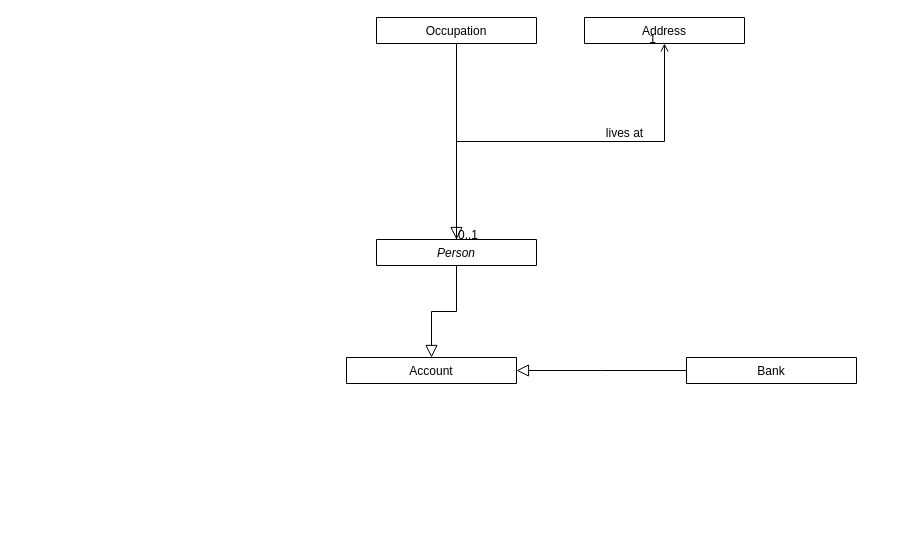
The draw.io diagram Diagrama sem nome.drawio in Leonardo001127/Personal.Bank.Management, before the edit. Source tidied: cells renumbered, new cells numbered last; positions are measured from the earlier drawing's top-left corner, leaving out a move shared by most shapes. Both pictures are drawn from the tidied source at 100%, with x=0, y=0 at pixel (346, 17).
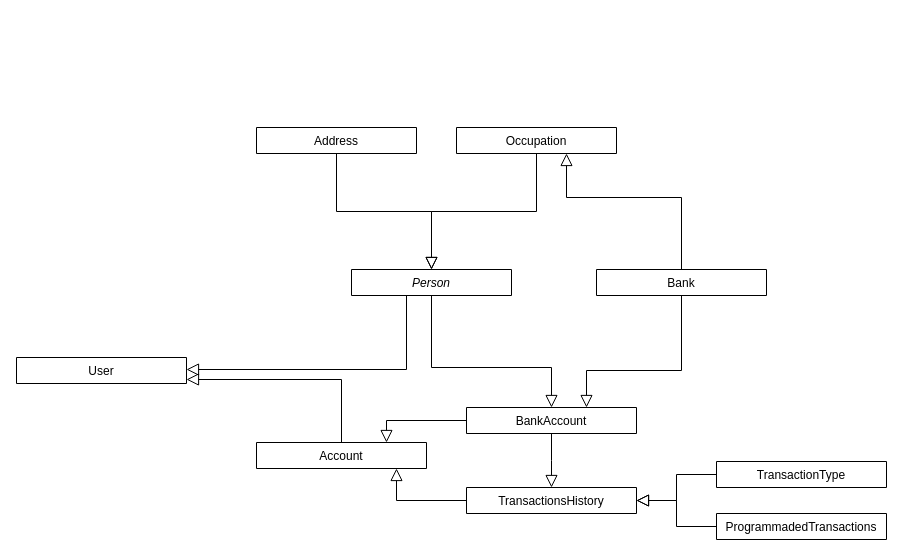
Above is the later version.

Diff of the diagram source:
```diff
@@
     <mxCell id="2" value="Person" style="swimlane;fontStyle=2;align=center;verticalAlign=top;horizontal=1;startSize=26;rounded=0;shadow=0;strokeWidth=1;" parent="1" vertex="1" collapsed="1">
-      <mxGeometry x="30" y="222" width="160" height="26" as="geometry" />
+      <mxGeometry x="5" y="252" width="160" height="26" as="geometry" />
     </mxCell>
     <mxCell id="3" value="Occupation" style="swimlane;fontStyle=0;align=center;verticalAlign=top;horizontal=1;startSize=26;rounded=0;shadow=0;strokeWidth=1;" parent="1" vertex="1" collapsed="1">
-      <mxGeometry x="30" width="160" height="26" as="geometry" />
+      <mxGeometry x="110" y="110" width="160" height="26" as="geometry" />
     </mxCell>
@@
     <mxCell id="5" value="Address" style="swimlane;fontStyle=0;align=center;verticalAlign=top;horizontal=1;startSize=26;rounded=0;shadow=0;strokeWidth=1;" parent="1" vertex="1" collapsed="1">
-      <mxGeometry x="238" width="160" height="26" as="geometry" />
+      <mxGeometry x="-90" y="110" width="160" height="26" as="geometry" />
     </mxCell>
-    <mxCell id="6" style="endArrow=open;shadow=0;strokeWidth=1;rounded=0;curved=0;endFill=1;edgeStyle=elbowEdgeStyle;elbow=vertical;" parent="1" edge="1" source="2" target="5">
-      <mxGeometry x="0.5" y="41" relative="1" as="geometry">
-        <mxPoint x="-40" y="32" as="offset" />
-      </mxGeometry>
-    </mxCell>
-    <mxCell id="7" value="0..1" style="align=left;verticalAlign=bottom;labelBackgroundColor=none;fontSize=12;" parent="6" vertex="1">
-      <mxGeometry x="-1" relative="1" as="geometry">
-        <mxPoint y="4" as="offset" />
-      </mxGeometry>
-    </mxCell>
-    <mxCell id="8" value="1" style="align=right;verticalAlign=bottom;labelBackgroundColor=none;fontSize=12;" parent="6" vertex="1">
-      <mxGeometry x="1" relative="1" as="geometry">
-        <mxPoint x="-7" y="4" as="offset" />
-      </mxGeometry>
-    </mxCell>
-    <mxCell id="9" value="lives at" style="text;html=1;align=center;verticalAlign=middle;labelBackgroundColor=none;rounded=0;shadow=0;strokeWidth=1;fontSize=12;" parent="6" vertex="1">
-      <mxGeometry x="0.5" y="49" relative="1" as="geometry">
-        <mxPoint x="-38" y="40" as="offset" />
-      </mxGeometry>
-    </mxCell>
     <mxCell id="10" value="Bank" style="swimlane;fontStyle=0;align=center;verticalAlign=top;horizontal=1;startSize=26;rounded=0;shadow=0;strokeWidth=1;" parent="1" vertex="1" collapsed="1">
-      <mxGeometry x="340" y="340" width="170" height="26" as="geometry" />
+      <mxGeometry x="250" y="252" width="170" height="26" as="geometry" />
     </mxCell>
-    <mxCell id="11" value="Account" style="swimlane;fontStyle=0;align=center;verticalAlign=top;horizontal=1;startSize=26;rounded=0;shadow=0;strokeWidth=1;" parent="1" vertex="1" collapsed="1">
-      <mxGeometry y="340" width="170" height="26" as="geometry" />
+    <mxCell id="11" value="BankAccount" style="swimlane;fontStyle=0;align=center;verticalAlign=top;horizontal=1;startSize=26;rounded=0;shadow=0;strokeWidth=1;" parent="1" vertex="1" collapsed="1">
+      <mxGeometry x="120" y="390" width="170" height="26" as="geometry" />
     </mxCell>
-    <mxCell id="12" style="endArrow=block;endSize=10;endFill=0;shadow=0;strokeWidth=1;rounded=0;curved=0;edgeStyle=elbowEdgeStyle;elbow=vertical;exitX=0;exitY=0.5;exitDx=0;exitDy=0;" parent="1" edge="1" source="10" target="11">
-      <mxGeometry relative="1" as="geometry" />
+    <mxCell id="12" style="endArrow=block;endSize=10;endFill=0;shadow=0;strokeWidth=1;rounded=0;curved=0;edgeStyle=elbowEdgeStyle;elbow=vertical;" parent="1" edge="1" source="10" target="11">
+      <mxGeometry relative="1" as="geometry">
+        <Array as="points">
+          <mxPoint x="240" y="353" />
+        </Array>
+      </mxGeometry>
     </mxCell>
     <mxCell id="13" style="endArrow=block;endSize=10;endFill=0;shadow=0;strokeWidth=1;rounded=0;curved=0;edgeStyle=elbowEdgeStyle;elbow=vertical;exitX=0.5;exitY=1;exitDx=0;exitDy=0;entryX=0.5;entryY=0;entryDx=0;entryDy=0;" parent="1" edge="1" source="2" target="11">
-      <mxGeometry relative="1" as="geometry" />
+      <mxGeometry relative="1" as="geometry">
+        <Array as="points">
+          <mxPoint x="150" y="350" />
+        </Array>
+      </mxGeometry>
     </mxCell>
+    <mxCell id="14" value="TransactionsHistory" style="swimlane;fontStyle=0;align=center;verticalAlign=top;horizontal=1;startSize=26;rounded=0;shadow=0;strokeWidth=1;" parent="1" vertex="1" collapsed="1">
+      <mxGeometry x="120" y="470" width="170" height="26" as="geometry" />
+    </mxCell>
+    <mxCell id="15" style="endArrow=block;endSize=10;endFill=0;shadow=0;strokeWidth=1;rounded=0;curved=0;edgeStyle=elbowEdgeStyle;elbow=vertical;entryX=0.5;entryY=0;entryDx=0;entryDy=0;exitX=0.5;exitY=1;exitDx=0;exitDy=0;" parent="1" edge="1" source="11" target="14">
+      <mxGeometry relative="1" as="geometry" />
+    </mxCell>
+    <mxCell id="16" value="TransactionType" style="swimlane;fontStyle=0;align=center;verticalAlign=top;horizontal=1;startSize=26;rounded=0;shadow=0;strokeWidth=1;" parent="1" vertex="1" collapsed="1">
+      <mxGeometry x="370" y="444" width="170" height="26" as="geometry" />
+    </mxCell>
+    <mxCell id="17" style="endArrow=block;endSize=10;endFill=0;shadow=0;strokeWidth=1;rounded=0;curved=0;edgeStyle=elbowEdgeStyle;elbow=vertical;exitX=0;exitY=0.5;exitDx=0;exitDy=0;" parent="1" edge="1" source="16" target="14">
+      <mxGeometry relative="1" as="geometry" />
+    </mxCell>
+    <mxCell id="18" value="Account" style="swimlane;fontStyle=0;align=center;verticalAlign=top;horizontal=1;startSize=26;rounded=0;shadow=0;strokeWidth=1;" parent="1" vertex="1" collapsed="1">
+      <mxGeometry x="-90" y="425" width="170" height="26" as="geometry" />
+    </mxCell>
+    <mxCell id="19" style="endArrow=block;endSize=10;endFill=0;shadow=0;strokeWidth=1;rounded=0;curved=0;edgeStyle=elbowEdgeStyle;elbow=vertical;" parent="1" edge="1" source="14" target="18">
+      <mxGeometry relative="1" as="geometry">
+        <Array as="points">
+          <mxPoint x="50" y="483" />
+        </Array>
+      </mxGeometry>
+    </mxCell>
+    <mxCell id="20" style="endArrow=block;endSize=10;endFill=0;shadow=0;strokeWidth=1;rounded=0;curved=0;edgeStyle=elbowEdgeStyle;elbow=vertical;" parent="1" edge="1" source="11" target="18">
+      <mxGeometry relative="1" as="geometry">
+        <Array as="points">
+          <mxPoint x="40" y="403" />
+        </Array>
+      </mxGeometry>
+    </mxCell>
+    <mxCell id="21" style="endArrow=block;endSize=10;endFill=0;shadow=0;strokeWidth=1;rounded=0;curved=0;edgeStyle=elbowEdgeStyle;elbow=vertical;" parent="1" edge="1" target="3">
+      <mxGeometry relative="1" as="geometry">
+        <mxPoint x="335" y="252" as="sourcePoint" />
+        <Array as="points">
+          <mxPoint x="220" y="180" />
+        </Array>
+      </mxGeometry>
+    </mxCell>
+    <mxCell id="22" value="ProgrammadedTransactions" style="swimlane;fontStyle=0;align=center;verticalAlign=top;horizontal=1;startSize=26;rounded=0;shadow=0;strokeWidth=1;" parent="1" vertex="1" collapsed="1">
+      <mxGeometry x="370" y="496" width="170" height="26" as="geometry" />
+    </mxCell>
+    <mxCell id="23" style="endArrow=block;endSize=10;endFill=0;shadow=0;strokeWidth=1;rounded=0;curved=0;edgeStyle=elbowEdgeStyle;elbow=vertical;" parent="1" edge="1" source="22" target="14">
+      <mxGeometry relative="1" as="geometry" />
+    </mxCell>
+    <mxCell id="24" value="User" style="swimlane;fontStyle=0;align=center;verticalAlign=top;horizontal=1;startSize=26;rounded=0;shadow=0;strokeWidth=1;" parent="1" vertex="1" collapsed="1">
+      <mxGeometry x="-330" y="340" width="170" height="26" as="geometry" />
+    </mxCell>
+    <mxCell id="25" style="endArrow=block;endSize=10;endFill=0;shadow=0;strokeWidth=1;rounded=0;curved=0;edgeStyle=elbowEdgeStyle;elbow=vertical;" parent="1" edge="1" source="2" target="24">
+      <mxGeometry relative="1" as="geometry">
+        <Array as="points">
+          <mxPoint x="60" y="352" />
+        </Array>
+      </mxGeometry>
+    </mxCell>
+    <mxCell id="26" style="endArrow=block;endSize=10;endFill=0;shadow=0;strokeWidth=1;rounded=0;curved=0;edgeStyle=elbowEdgeStyle;elbow=vertical;exitX=0.5;exitY=0;exitDx=0;exitDy=0;" parent="1" edge="1" source="18" target="24">
+      <mxGeometry relative="1" as="geometry">
+        <Array as="points">
+          <mxPoint x="70" y="362" />
+        </Array>
+      </mxGeometry>
+    </mxCell>
+    <mxCell id="27" style="endArrow=block;endSize=10;endFill=0;shadow=0;strokeWidth=1;rounded=0;curved=0;edgeStyle=elbowEdgeStyle;elbow=vertical;" parent="1" edge="1" source="5" target="2">
+      <mxGeometry relative="1" as="geometry" />
+    </mxCell>
```
